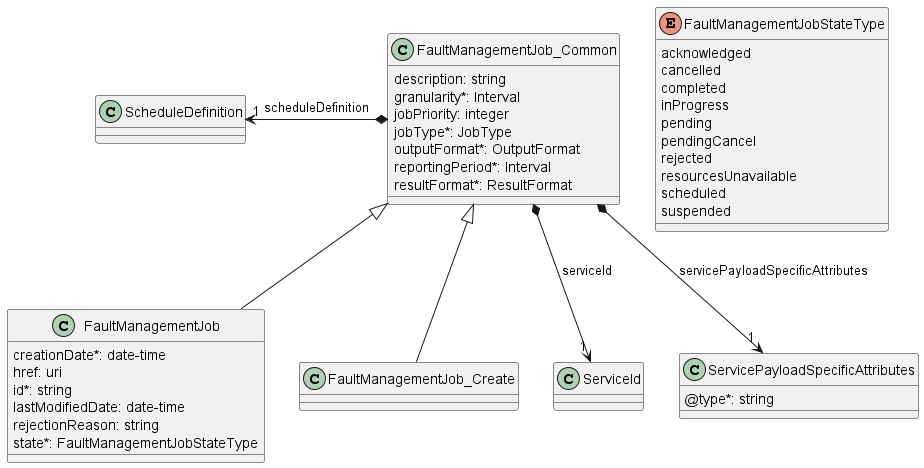
MEF-GIT/MEF-LSO-Legato-SDK keeps this PlantUML diagram as documentation/serviceApi/fm/media/faultManagementJobModel.png. Above is the earlier version.
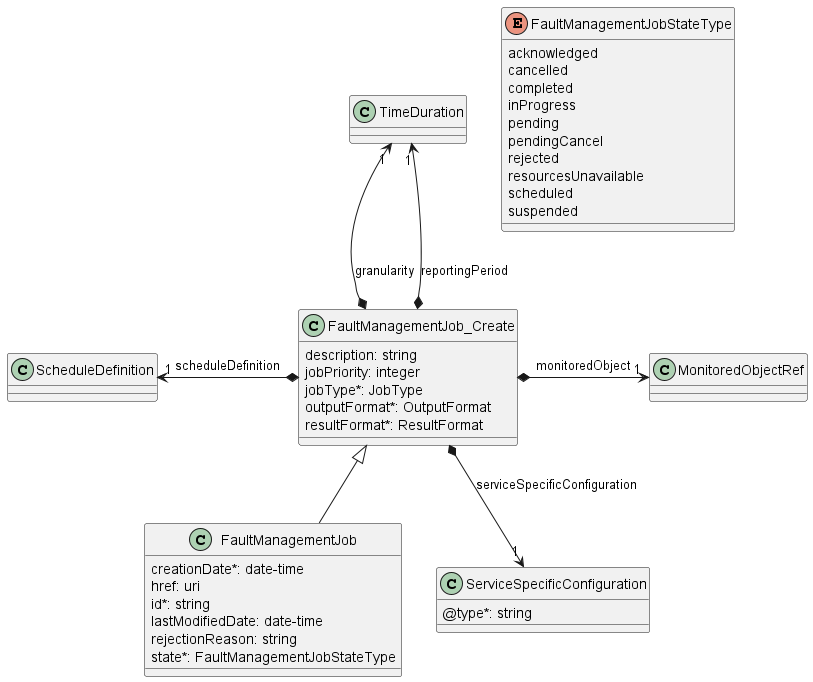
After the change.

Diff of the diagram source:
```diff
@@ -9,7 +9,7 @@
     rejectionReason: string
     state*: FaultManagementJobStateType
 }
-FaultManagementJob_Common <|-- FaultManagementJob
+FaultManagementJob_Create <|-d- FaultManagementJob
 
 
 
@@ -26,28 +26,23 @@
     scheduled
     suspended
 }
-class FaultManagementJob_Common {
+
+class FaultManagementJob_Create {
 
     description: string
-    granularity*: Interval
     jobPriority: integer
     jobType*: JobType
     outputFormat*: OutputFormat
-    reportingPeriod*: Interval
     resultFormat*: ResultFormat
 }
 
-class FaultManagementJob_Create {
+FaultManagementJob_Create *-u->"1" TimeDuration : granularity
+FaultManagementJob_Create *-r->"1" MonitoredObjectRef : monitoredObject
+FaultManagementJob_Create *-u->"1" TimeDuration : reportingPeriod
+FaultManagementJob_Create *-l->"1" ScheduleDefinition : scheduleDefinition
+FaultManagementJob_Create *-->"1" ServiceSpecificConfiguration : serviceSpecificConfiguration
 
-}
-FaultManagementJob_Common <|-- FaultManagementJob_Create
-
-
-FaultManagementJob_Common *-l->"1" ScheduleDefinition : scheduleDefinition
-FaultManagementJob_Common *-->"1" ServiceId : serviceId
-FaultManagementJob_Common *-->"1" ServicePayloadSpecificAttributes : servicePayloadSpecificAttributes
-
-class ServicePayloadSpecificAttributes {
+class ServiceSpecificConfiguration {
 
     @type*: string
 }
```
